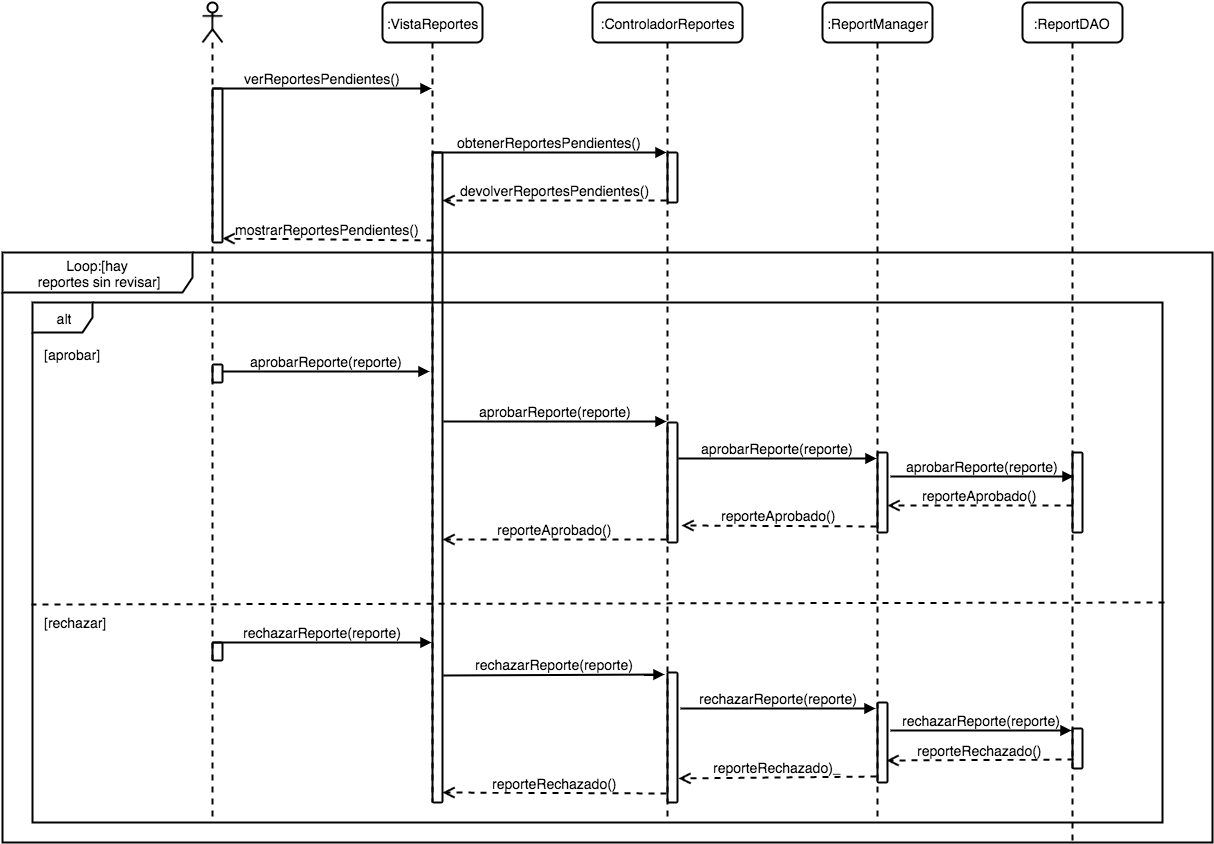
The draw.io diagram imagenes/secuencia_revisar_reporte.png in susana1710/libro-pasantia, before a commit. Source tidied: cells renumbered, new cells last; positions are measured from the earlier drawing's top-left corner, leaving out a move shared by most shapes.
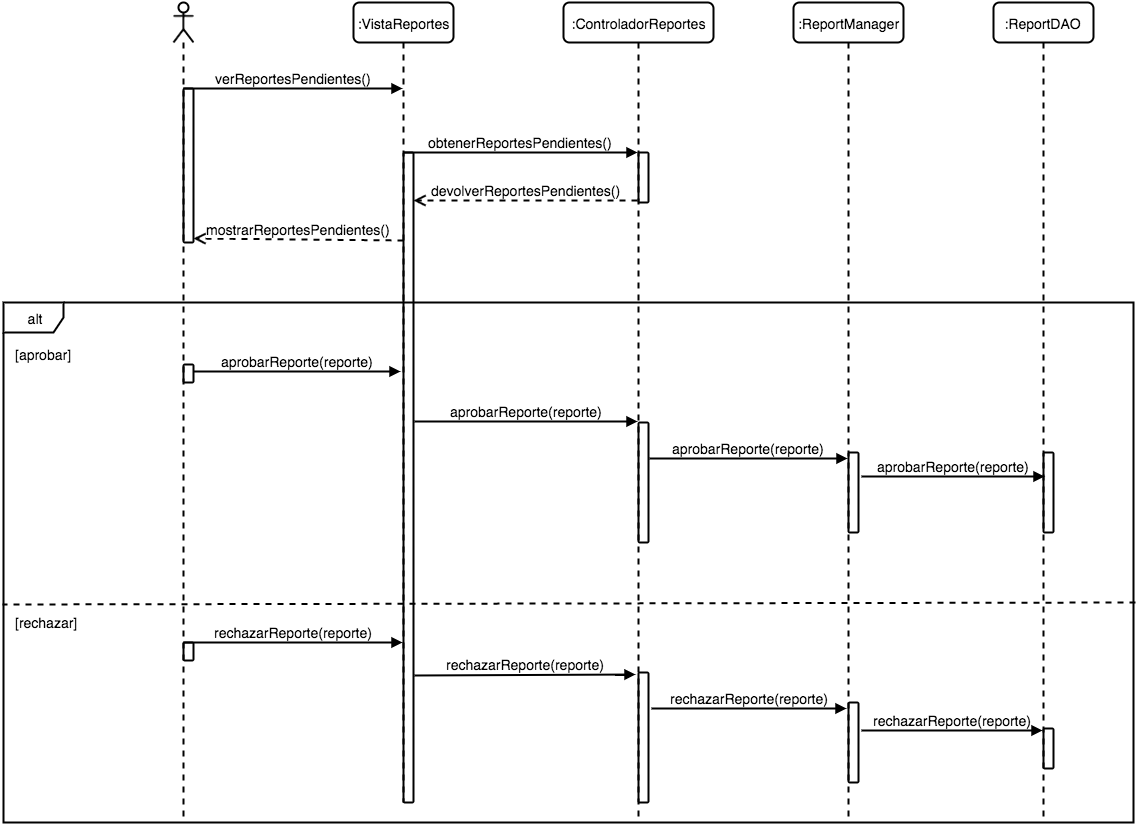
After the change.

Change to the diagram source:
```diff
@@ -48,9 +48,6 @@
         <mxPoint x="220" y="236" as="targetPoint" />
       </mxGeometry>
     </mxCell>
-    <mxCell id="14" value="&lt;span&gt;Loop:[hay&amp;nbsp;&lt;/span&gt;&lt;div&gt;reportes&amp;nbsp;&lt;span&gt;sin revisar]&lt;/span&gt;&lt;/div&gt;" style="shape=umlFrame;whiteSpace=wrap;html=1;rounded=1;shadow=0;glass=0;comic=0;strokeWidth=2;fillColor=none;fontSize=14;width=190;height=40;" parent="1" vertex="1">
-      <mxGeometry y="250" width="1210" height="590" as="geometry" />
-    </mxCell>
     <mxCell id="15" value="alt" style="shape=umlFrame;whiteSpace=wrap;html=1;rounded=1;shadow=0;glass=0;comic=0;strokeWidth=2;fillColor=none;fontSize=14;" parent="1" vertex="1">
       <mxGeometry x="30" y="300" width="1130" height="520" as="geometry" />
     </mxCell>
@@ -84,7 +81,7 @@
       <mxGeometry x="875" y="450" width="10" height="80" as="geometry" />
     </mxCell>
     <mxCell id="23" value=":ReportDAO" style="shape=umlLifeline;perimeter=lifelinePerimeter;whiteSpace=wrap;html=1;outlineConnect=0;rounded=1;shadow=0;glass=0;comic=0;strokeWidth=2;fillColor=none;fontSize=14;" parent="1" vertex="1">
-      <mxGeometry x="1020" width="100" height="840" as="geometry" />
+      <mxGeometry x="1020" width="100" height="820" as="geometry" />
     </mxCell>
     <mxCell id="24" style="html=1;points=[];perimeter=orthogonalPerimeter;rounded=1;shadow=0;glass=0;comic=0;strokeWidth=2;fillColor=none;fontSize=14;" parent="23" vertex="1">
       <mxGeometry x="50" y="450" width="10" height="80" as="geometry" />
@@ -95,18 +92,6 @@
     <mxCell id="26" value="aprobarReporte(reporte)" style="html=1;verticalAlign=bottom;endArrow=block;strokeWidth=2;fontSize=14;exitX=1.3;exitY=0.3;exitPerimeter=0;entryX=0.1;entryY=0.3;entryPerimeter=0;" parent="1" edge="1" source="22" target="24">
       <mxGeometry relative="1" as="geometry" />
     </mxCell>
-    <mxCell id="27" value="reporteAprobado()" style="html=1;verticalAlign=bottom;endArrow=open;dashed=1;endSize=8;strokeWidth=2;fontSize=14;exitX=0;exitY=0.663;exitPerimeter=0;" parent="1" edge="1" source="24" target="22">
-      <mxGeometry relative="1" as="geometry" />
-    </mxCell>
-    <mxCell id="28" value="reporteAprobado()" style="html=1;verticalAlign=bottom;endArrow=open;dashed=1;endSize=8;strokeWidth=2;fontSize=14;exitX=0;exitY=0.925;exitPerimeter=0;" parent="1" edge="1">
-      <mxGeometry relative="1" as="geometry">
-        <mxPoint x="874" y="524" as="sourcePoint" />
-        <mxPoint x="679" y="523" as="targetPoint" />
-      </mxGeometry>
-    </mxCell>
-    <mxCell id="29" value="reporteAprobado()" style="html=1;verticalAlign=bottom;endArrow=open;dashed=1;endSize=8;strokeWidth=2;fontSize=14;exitX=-0.1;exitY=0.975;exitPerimeter=0;" parent="1" edge="1" source="20" target="11">
-      <mxGeometry relative="1" as="geometry" />
-    </mxCell>
     <mxCell id="30" style="html=1;verticalAlign=bottom;endArrow=none;dashed=1;endSize=8;strokeWidth=2;fontSize=14;entryX=-0.001;entryY=0.604;entryPerimeter=0;exitX=1.002;exitY=0.6;exitPerimeter=0;endFill=0;" parent="1" edge="1">
       <mxGeometry relative="1" as="geometry">
         <mxPoint x="1162" y="600" as="sourcePoint" />
@@ -128,17 +113,6 @@
     <mxCell id="35" value="rechazarReporte(reporte)" style="html=1;verticalAlign=bottom;endArrow=block;strokeWidth=2;fontSize=14;exitX=1.3;exitY=0.35;exitPerimeter=0;" parent="1" edge="1" source="9" target="23">
       <mxGeometry relative="1" as="geometry" />
     </mxCell>
-    <mxCell id="36" value="reporteRechazado()" style="html=1;verticalAlign=bottom;endArrow=open;dashed=1;endSize=8;strokeWidth=2;fontSize=14;exitX=0.1;exitY=0.775;exitPerimeter=0;entryX=0.9;entryY=0.725;entryPerimeter=0;" parent="1" edge="1" source="25" target="9">
-      <mxGeometry relative="1" as="geometry" />
-    </mxCell>
-    <mxCell id="37" value="reporteRechazado)_" style="html=1;verticalAlign=bottom;endArrow=open;dashed=1;endSize=8;strokeWidth=2;fontSize=14;exitX=-0.1;exitY=0.925;exitPerimeter=0;entryX=1.1;entryY=0.815;entryPerimeter=0;" parent="1" edge="1" source="9" target="32">
-      <mxGeometry relative="1" as="geometry" />
-    </mxCell>
-    <mxCell id="38" value="reporteRechazado()" style="html=1;verticalAlign=bottom;endArrow=open;dashed=1;endSize=8;strokeWidth=2;fontSize=14;exitX=-0.1;exitY=0.931;exitPerimeter=0;" parent="1" edge="1" source="32">
-      <mxGeometry relative="1" as="geometry">
-        <mxPoint x="440" y="790" as="targetPoint" />
-      </mxGeometry>
-    </mxCell>
     <mxCell id="39" style="html=1;perimeter=orthogonalPerimeter;rounded=1;shadow=0;glass=0;comic=0;strokeWidth=2;fillColor=none;fontSize=14;" parent="1" vertex="1">
       <mxGeometry x="210" y="362" width="10" height="18" as="geometry" />
     </mxCell>
```
